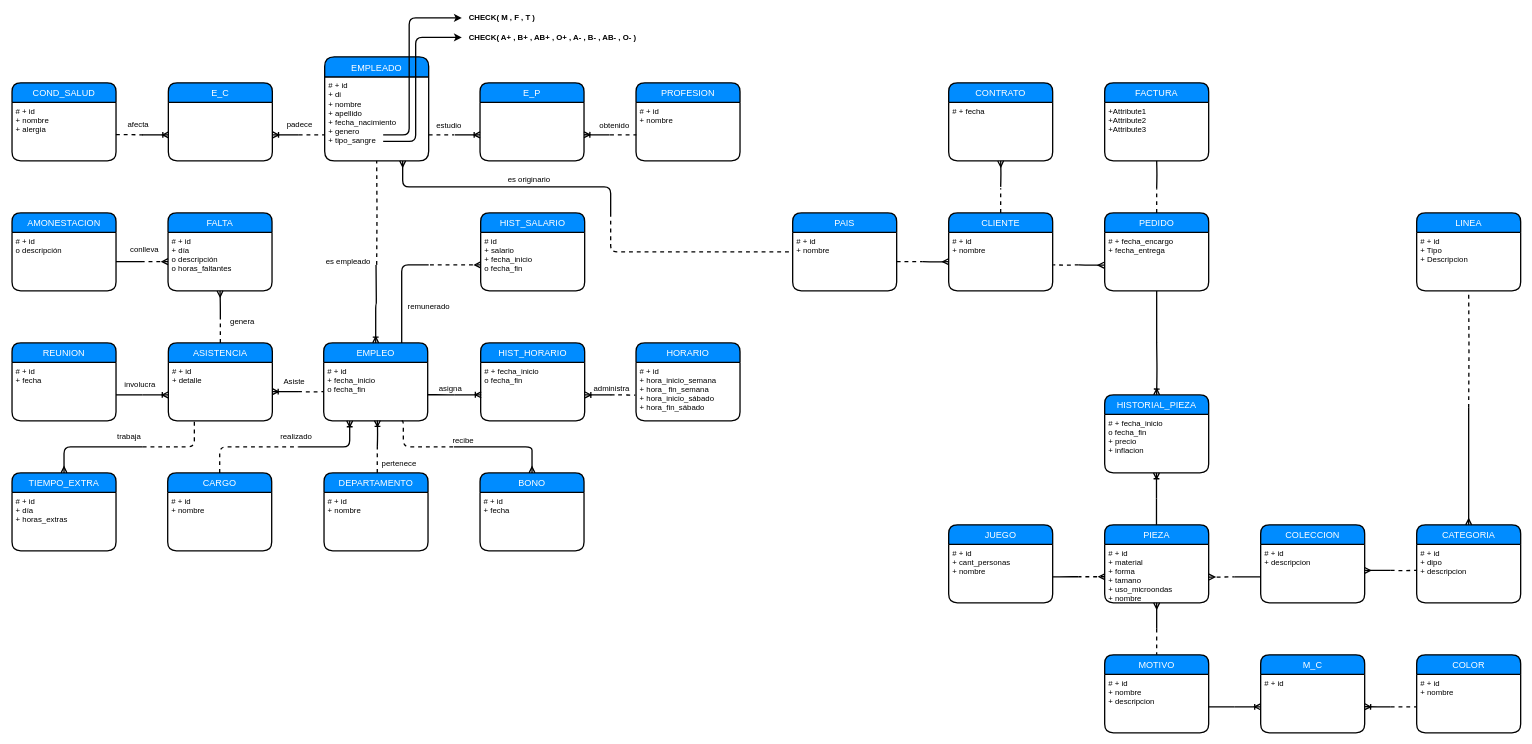
Earlier version of the draw.io diagram Documentos/Rubrica1/MER.drawio (gctv01/BD1Project2019). Source tidied: cells renumbered, new cells numbered last; positions are measured from the earlier drawing's top-left corner, leaving out a move shared by most shapes. Both pictures are drawn from the tidied source at 65%, with x=0, y=0 at pixel (12, 11).
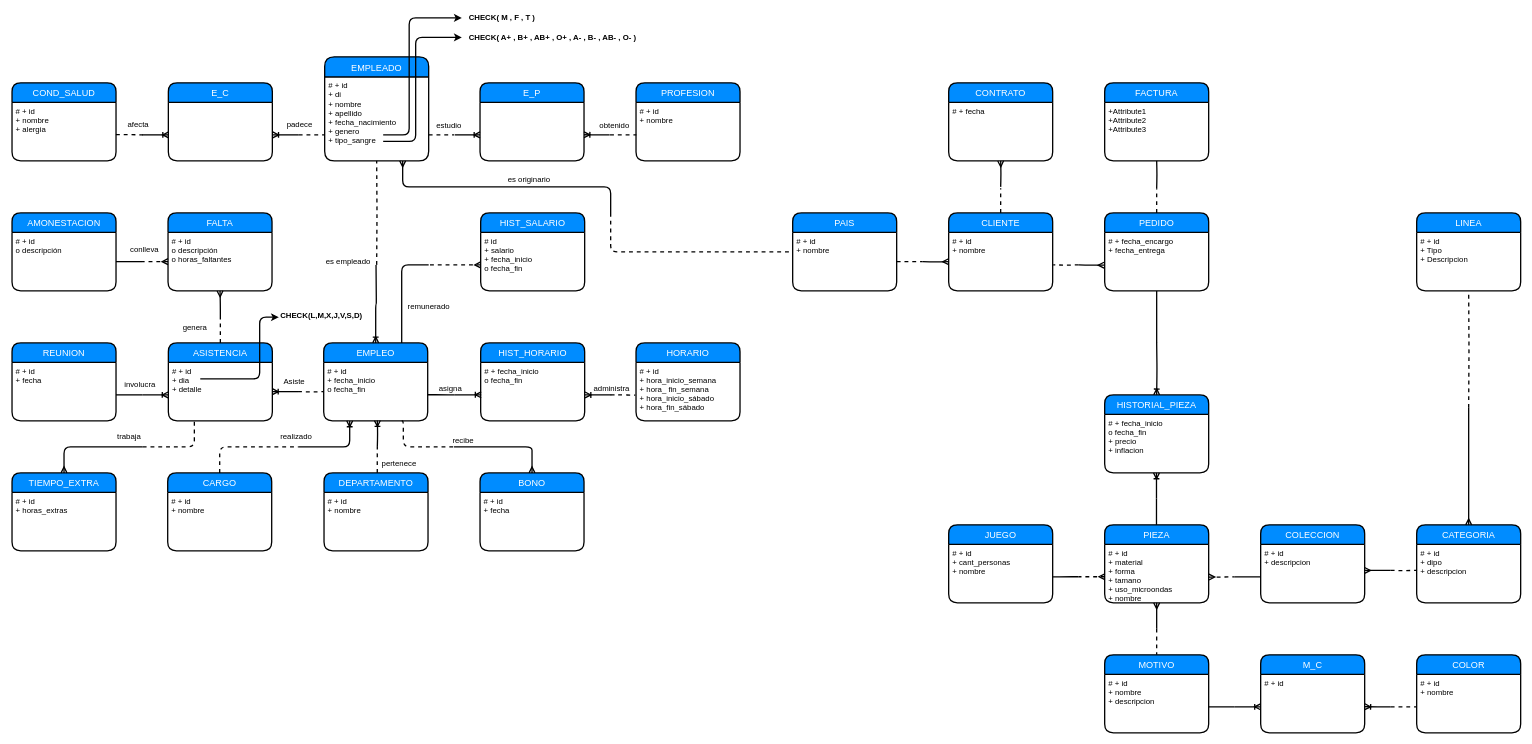
After the change.

Unchanged cells that the change refers to:
```xml
<mxCell id="21" value="FALTA" style="swimlane;horizontal=1;startSize=30;fillColor=#008cff;fontColor=#FFFFFF;rounded=1;fontSize=14;fontStyle=0;strokeWidth=2;shadow=0;dashed=0;align=center;" parent="1" vertex="1">
  <mxGeometry x="240" y="310" width="160" height="120" as="geometry" />
</mxCell>
<mxCell id="95" value="ASISTENCIA" style="swimlane;horizontal=1;startSize=30;fillColor=#008cff;fontColor=#FFFFFF;rounded=1;fontSize=14;fontStyle=0;strokeWidth=2;shadow=0;dashed=0;align=center;" parent="1" vertex="1">
  <mxGeometry x="240.5" y="510" width="160" height="120" as="geometry" />
</mxCell>
<mxCell id="97" value="TIEMPO_EXTRA" style="swimlane;horizontal=1;startSize=30;fillColor=#008cff;fontColor=#FFFFFF;rounded=1;fontSize=14;fontStyle=0;strokeWidth=2;shadow=0;dashed=0;align=center;" parent="1" vertex="1">
  <mxGeometry y="710" width="160" height="120" as="geometry" />
</mxCell>
```

The edit, as a diff of the source:
```diff
@@
-    <mxCell id="22" value="# + id&#10;+ día&#10;o descripción&#10;o horas_faltantes" style="align=left;strokeColor=none;fillColor=none;spacingLeft=4;fontSize=12;verticalAlign=top;" parent="21" vertex="1">
+    <mxCell id="22" value="# + id&#10;o descripción&#10;o horas_faltantes" style="align=left;strokeColor=none;fillColor=none;spacingLeft=4;fontSize=12;verticalAlign=top;" parent="21" vertex="1">
       <mxGeometry y="30" width="160" height="90" as="geometry" />
     </mxCell>
@@
-    <mxCell id="96" value="# + id&#10;+ detalle&#10;" style="align=left;strokeColor=none;fillColor=none;spacingLeft=4;fontSize=12;verticalAlign=top;" parent="95" vertex="1">
+    <mxCell id="96" value="# + id&#10;+ dia&#10;+ detalle&#10;" style="align=left;strokeColor=none;fillColor=none;spacingLeft=4;fontSize=12;verticalAlign=top;" parent="95" vertex="1">
       <mxGeometry y="30" width="160" height="90" as="geometry" />
     </mxCell>
@@
-    <mxCell id="98" value="# + id&#10;+ día&#10;+ horas_extras&#10;&#10;" style="align=left;strokeColor=none;fillColor=none;spacingLeft=4;fontSize=12;verticalAlign=top;" parent="97" vertex="1">
+    <mxCell id="98" value="# + id&#10;+ horas_extras&#10;&#10;" style="align=left;strokeColor=none;fillColor=none;spacingLeft=4;fontSize=12;verticalAlign=top;" parent="97" vertex="1">
       <mxGeometry y="30" width="160" height="90" as="geometry" />
     </mxCell>
@@
     <mxCell id="139" value="genera" style="text;html=1;align=left;verticalAlign=top;spacingTop=-4;" parent="1" vertex="1">
-      <mxGeometry x="334" y="467" width="50" height="20" as="geometry" />
+      <mxGeometry x="261" y="477" width="50" height="20" as="geometry" />
     </mxCell>
@@
+    <mxCell id="143" style="endArrow=classic;html=1;strokeWidth=2;edgeStyle=orthogonalEdgeStyle;elbow=vertical;" parent="1" edge="1">
+      <mxGeometry relative="1" as="geometry">
+        <mxPoint x="289.6" y="565.5" as="sourcePoint" />
+        <mxPoint x="410.5" y="470.5" as="targetPoint" />
+        <Array as="points">
+          <mxPoint x="381" y="566" />
+          <mxPoint x="381" y="471" />
+        </Array>
+      </mxGeometry>
+    </mxCell>
+    <mxCell id="144" value="&lt;b&gt;CHECK(L,M,X,J,V,S,D)&lt;/b&gt;" style="text;html=1;align=left;verticalAlign=top;spacingTop=-4;" parent="1" vertex="1">
+      <mxGeometry x="411" y="458" width="140" height="20" as="geometry" />
+    </mxCell>
```
